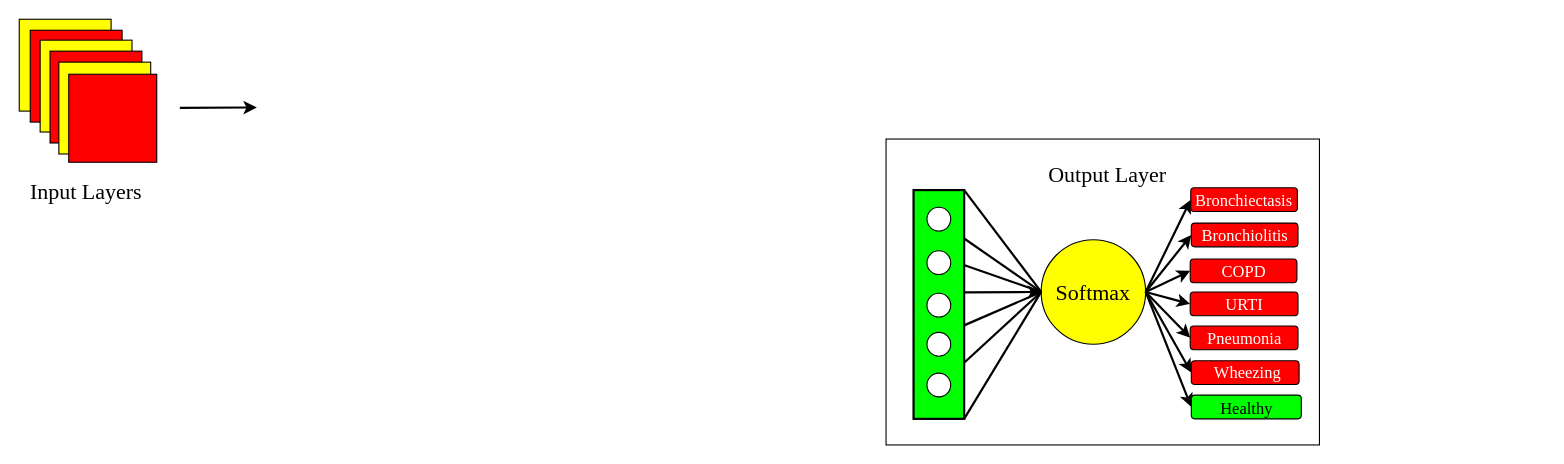
The draw.io diagram FYP - GRU.drawio in a3X3k/-Random-, before the edit. Source tidied: cells renumbered, new cells numbered last; positions are measured from the earlier drawing's top-left corner, leaving out a move shared by most shapes. Both pictures are drawn from the tidied source at 110%, with x=0, y=0 at pixel (19, 19).
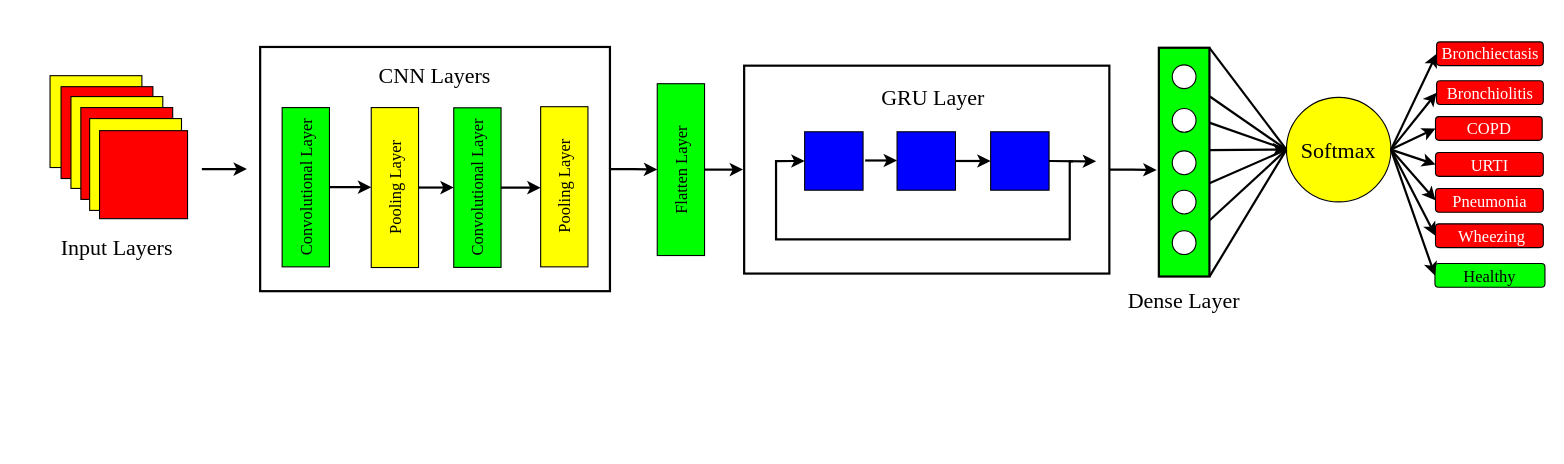
Above is the later version.

The edit, as a diff of the source:
```diff
@@
-    <mxCell id="2" style="rounded=0;whiteSpace=wrap;html=1;shadow=0;glass=0;sketch=0;fillStyle=auto;strokeColor=#000000;strokeWidth=1;fontFamily=Times New Roman;fontSize=20;fillColor=none;gradientColor=none;" parent="1" vertex="1">
-      <mxGeometry x="788" y="108.9" width="394" height="278.1" as="geometry" />
-    </mxCell>
+    <mxCell id="40" style="edgeStyle=orthogonalEdgeStyle;rounded=0;jettySize=auto;html=1;exitX=1;exitY=0.5;exitDx=0;exitDy=0;strokeWidth=2;entryX=0.5;entryY=0;entryDx=0;entryDy=0;" parent="1" edge="1" source="41" target="61">
+      <mxGeometry relative="1" as="geometry" />
+    </mxCell>
+    <mxCell id="41" style="rounded=0;whiteSpace=wrap;html=1;strokeWidth=2;labelPosition=center;verticalLabelPosition=middle;align=center;verticalAlign=middle;" parent="1" vertex="1">
+      <mxGeometry x="219" y="25.2" width="318" height="222" as="geometry" />
+    </mxCell>
     <mxCell id="3" style="whiteSpace=wrap;html=1;fillColor=#FFFF00;shadow=0;strokeColor=#000000;rounded=0;sketch=0;glass=0;strokeWidth=1;fillStyle=auto;perimeterSpacing=0;fontSize=20;" parent="1" vertex="1">
-      <mxGeometry width="83.5" height="83.5" as="geometry" />
+      <mxGeometry x="28" y="51.3" width="83.5" height="83.5" as="geometry" />
     </mxCell>
     <mxCell id="4" style="whiteSpace=wrap;html=1;fillColor=#FF0000;shadow=0;strokeColor=#000000;rounded=0;sketch=0;glass=0;strokeWidth=1;fillStyle=auto;perimeterSpacing=0;fontSize=20;" parent="1" vertex="1">
-      <mxGeometry x="10" y="10" width="83.5" height="83.5" as="geometry" />
+      <mxGeometry x="38" y="61.3" width="83.5" height="83.5" as="geometry" />
     </mxCell>
     <mxCell id="5" style="whiteSpace=wrap;html=1;fillColor=#FFFF00;shadow=0;strokeColor=#000000;rounded=0;sketch=0;glass=0;strokeWidth=1;fillStyle=auto;perimeterSpacing=0;fontSize=20;" parent="1" vertex="1">
-      <mxGeometry x="19" y="19" width="83.5" height="83.5" as="geometry" />
+      <mxGeometry x="47" y="70.3" width="83.5" height="83.5" as="geometry" />
     </mxCell>
     <mxCell id="6" style="whiteSpace=wrap;html=1;fillColor=#FF0000;shadow=0;strokeColor=#000000;rounded=0;sketch=0;glass=0;strokeWidth=1;fillStyle=auto;perimeterSpacing=0;fontSize=20;" parent="1" vertex="1">
-      <mxGeometry x="28" y="29" width="83.5" height="83.5" as="geometry" />
+      <mxGeometry x="56" y="80.3" width="83.5" height="83.5" as="geometry" />
     </mxCell>
     <mxCell id="7" style="whiteSpace=wrap;html=1;fillColor=#FFFF00;shadow=0;strokeColor=#000000;rounded=0;sketch=0;glass=0;strokeWidth=1;fillStyle=auto;perimeterSpacing=0;fontSize=20;" parent="1" vertex="1">
-      <mxGeometry x="36" y="39" width="83.5" height="83.5" as="geometry" />
+      <mxGeometry x="64" y="90.3" width="83.5" height="83.5" as="geometry" />
     </mxCell>
     <mxCell id="8" style="whiteSpace=wrap;html=1;fillColor=#FF0000;shadow=0;strokeColor=#000000;rounded=0;sketch=0;glass=0;strokeWidth=1;fillStyle=auto;perimeterSpacing=0;fontSize=20;flipH=0;flipV=1;rotation=0;" parent="1" vertex="1">
-      <mxGeometry x="45" y="50" width="80" height="80" as="geometry" />
+      <mxGeometry x="73" y="101.3" width="80" height="80" as="geometry" />
     </mxCell>
     <mxCell id="9" style="rounded=0;whiteSpace=wrap;html=1;shadow=0;glass=0;sketch=0;fillStyle=auto;strokeColor=#000000;strokeWidth=2;fillColor=#00FF00;gradientColor=none;direction=south;textDirection=ltr;horizontal=0;fontFamily=Times New Roman;fontSize=20;" parent="1" vertex="1">
-      <mxGeometry x="813" y="155.3" width="46" height="208" as="geometry" />
+      <mxGeometry x="1036" y="25.9" width="46" height="208" as="geometry" />
     </mxCell>
     <mxCell id="10" style="ellipse;whiteSpace=wrap;html=1;rounded=0;shadow=0;glass=0;sketch=0;fillStyle=auto;strokeColor=#000000;strokeWidth=1;fontFamily=Times New Roman;fontSize=20;fillColor=#FFFFFF;gradientColor=none;" parent="1" vertex="1">
-      <mxGeometry x="825.2" y="170.9" width="21.6" height="21.6" as="geometry" />
+      <mxGeometry x="1048.2" y="41.5" width="21.6" height="21.6" as="geometry" />
     </mxCell>
     <mxCell id="11" value="Input Layers" style="text;html=1;strokeColor=none;fillColor=none;align=center;verticalAlign=middle;whiteSpace=wrap;rounded=0;shadow=0;glass=0;sketch=0;fillStyle=auto;strokeWidth=1;fontFamily=Times New Roman;fontSize=20;" parent="1" vertex="1">
-      <mxGeometry x="5.6" y="140.9" width="110.2" height="30" as="geometry" />
+      <mxGeometry x="33.6" y="192.1" width="110.2" height="30" as="geometry" />
     </mxCell>
     <mxCell id="12" style="ellipse;whiteSpace=wrap;html=1;rounded=0;shadow=0;glass=0;sketch=0;fillStyle=auto;strokeColor=#000000;strokeWidth=1;fontFamily=Times New Roman;fontSize=20;fillColor=#FFFFFF;gradientColor=none;" parent="1" vertex="1">
-      <mxGeometry x="825.2" y="210.5" width="21.6" height="21.6" as="geometry" />
+      <mxGeometry x="1048.2" y="81.1" width="21.6" height="21.6" as="geometry" />
     </mxCell>
     <mxCell id="13" style="ellipse;whiteSpace=wrap;html=1;rounded=0;shadow=0;glass=0;sketch=0;fillStyle=auto;strokeColor=#000000;strokeWidth=1;fontFamily=Times New Roman;fontSize=20;fillColor=#FFFFFF;gradientColor=none;" parent="1" vertex="1">
-      <mxGeometry x="825.2" y="249.1" width="21.6" height="21.6" as="geometry" />
+      <mxGeometry x="1048.2" y="119.7" width="21.6" height="21.6" as="geometry" />
     </mxCell>
     <mxCell id="14" style="ellipse;whiteSpace=wrap;html=1;rounded=0;shadow=0;glass=0;sketch=0;fillStyle=auto;strokeColor=#000000;strokeWidth=1;fontFamily=Times New Roman;fontSize=20;fillColor=#FFFFFF;gradientColor=none;" parent="1" vertex="1">
-      <mxGeometry x="825.2" y="284.7" width="21.6" height="21.6" as="geometry" />
+      <mxGeometry x="1048.2" y="155.4" width="21.6" height="21.6" as="geometry" />
     </mxCell>
     <mxCell id="15" style="ellipse;whiteSpace=wrap;html=1;rounded=0;shadow=0;glass=0;sketch=0;fillStyle=auto;strokeColor=#000000;strokeWidth=1;fontFamily=Times New Roman;fontSize=20;fillColor=#FFFFFF;gradientColor=none;" parent="1" vertex="1">
-      <mxGeometry x="825.2" y="321.7" width="21.6" height="21.6" as="geometry" />
+      <mxGeometry x="1048.2" y="192.3" width="21.6" height="21.6" as="geometry" />
     </mxCell>
-    <mxCell id="16" value="Output Layer" style="text;html=1;strokeColor=none;fillColor=none;align=center;verticalAlign=middle;whiteSpace=wrap;rounded=0;shadow=0;glass=0;sketch=0;fillStyle=auto;strokeWidth=1;fontFamily=Times New Roman;fontSize=20;" parent="1" vertex="1">
-      <mxGeometry x="932.5" y="125.3" width="113" height="30" as="geometry" />
-    </mxCell>
     <mxCell id="17" value="Softmax" style="ellipse;whiteSpace=wrap;html=1;rounded=0;shadow=0;glass=0;sketch=0;fillStyle=auto;strokeColor=#000000;strokeWidth=1;fontFamily=Times New Roman;fontSize=20;fillColor=#FFFF00;gradientColor=none;" parent="1" vertex="1">
-      <mxGeometry x="929" y="200.4" width="95" height="95" as="geometry" />
+      <mxGeometry x="1152" y="71" width="95" height="95" as="geometry" />
     </mxCell>
     <mxCell id="18" style="endArrow=classic;html=1;rounded=0;strokeWidth=2;fontFamily=Times New Roman;fontSize=20;entryX=0;entryY=0.5;entryDx=0;entryDy=0;" parent="1" edge="1" target="17">
       <mxGeometry relative="1" as="geometry">
-        <mxPoint x="859" y="248.3" as="sourcePoint" />
+        <mxPoint x="1082" y="119" as="sourcePoint" />
       </mxGeometry>
     </mxCell>
     <mxCell id="19" style="endArrow=none;html=1;rounded=0;strokeWidth=2;fontFamily=Times New Roman;fontSize=20;exitX=0;exitY=0.5;exitDx=0;exitDy=0;" parent="1" edge="1" source="17">
       <mxGeometry relative="1" as="geometry">
-        <mxPoint x="859" y="155.3" as="targetPoint" />
+        <mxPoint x="1082" y="26" as="targetPoint" />
       </mxGeometry>
     </mxCell>
     <mxCell id="20" style="endArrow=none;html=1;rounded=0;strokeWidth=2;fontFamily=Times New Roman;fontSize=20;entryX=0;entryY=0.5;entryDx=0;entryDy=0;" parent="1" edge="1" target="17">
       <mxGeometry relative="1" as="geometry">
-        <mxPoint x="859" y="363.3" as="sourcePoint" />
+        <mxPoint x="1082" y="234" as="sourcePoint" />
       </mxGeometry>
     </mxCell>
     <mxCell id="21" style="endArrow=none;html=1;rounded=0;strokeWidth=2;fontFamily=Times New Roman;fontSize=20;entryX=0;entryY=0.5;entryDx=0;entryDy=0;" parent="1" edge="1" target="17">
       <mxGeometry relative="1" as="geometry">
-        <mxPoint x="859" y="199.3" as="sourcePoint" />
+        <mxPoint x="1082" y="70" as="sourcePoint" />
       </mxGeometry>
     </mxCell>
     <mxCell id="22" style="endArrow=none;html=1;rounded=0;strokeWidth=2;fontFamily=Times New Roman;fontSize=20;entryX=0;entryY=0.5;entryDx=0;entryDy=0;" parent="1" edge="1" target="17">
       <mxGeometry relative="1" as="geometry">
-        <mxPoint x="859" y="312.3" as="sourcePoint" />
+        <mxPoint x="1082" y="183" as="sourcePoint" />
       </mxGeometry>
     </mxCell>
     <mxCell id="23" value="Bronchiectasis" style="rounded=1;whiteSpace=wrap;html=1;shadow=0;glass=0;sketch=0;fillStyle=auto;strokeColor=#000000;strokeWidth=1;fontFamily=Times New Roman;fontSize=15;fontColor=#FFFFFF;fillColor=#FF0000;gradientColor=none;" parent="1" vertex="1">
-      <mxGeometry x="1065" y="153.2" width="97" height="21.6" as="geometry" />
+      <mxGeometry x="1288.5" y="20.6" width="97" height="21.6" as="geometry" />
     </mxCell>
     <mxCell id="24" value="Bronchiolitis" style="rounded=1;whiteSpace=wrap;html=1;shadow=0;glass=0;sketch=0;fillStyle=auto;strokeColor=#000000;strokeWidth=1;fontFamily=Times New Roman;fontSize=15;fontColor=#FFFFFF;fillColor=#FF0000;gradientColor=none;" parent="1" vertex="1">
-      <mxGeometry x="1065.5" y="185.3" width="97" height="21.6" as="geometry" />
+      <mxGeometry x="1288.5" y="55.9" width="97" height="21.6" as="geometry" />
     </mxCell>
     <mxCell id="25" value="COPD" style="rounded=1;whiteSpace=wrap;html=1;shadow=0;glass=0;sketch=0;fillStyle=auto;strokeColor=#000000;strokeWidth=1;fontFamily=Times New Roman;fontSize=15;fontColor=#FFFFFF;fillColor=#FF0000;gradientColor=none;" parent="1" vertex="1">
-      <mxGeometry x="1064.5" y="217.9" width="97" height="21.6" as="geometry" />
+      <mxGeometry x="1287.5" y="88.5" width="97" height="21.6" as="geometry" />
     </mxCell>
     <mxCell id="26" value="URTI" style="rounded=1;whiteSpace=wrap;html=1;shadow=0;glass=0;sketch=0;fillStyle=auto;strokeColor=#000000;strokeWidth=1;fontFamily=Times New Roman;fontSize=15;fontColor=#FFFFFF;fillColor=#FF0000;gradientColor=none;" parent="1" vertex="1">
-      <mxGeometry x="1064.5" y="248" width="98" height="21.6" as="geometry" />
+      <mxGeometry x="1287.5" y="121.2" width="98" height="21.6" as="geometry" />
     </mxCell>
     <mxCell id="27" value="Pneumonia" style="rounded=1;whiteSpace=wrap;html=1;shadow=0;glass=0;sketch=0;fillStyle=auto;strokeColor=#000000;strokeWidth=1;fontFamily=Times New Roman;fontSize=15;fontColor=#FFFFFF;fillColor=#FF0000;gradientColor=none;" parent="1" vertex="1">
-      <mxGeometry x="1064.5" y="278.8" width="98" height="21.6" as="geometry" />
+      <mxGeometry x="1287.5" y="153.8" width="98" height="21.6" as="geometry" />
     </mxCell>
     <mxCell id="28" value="&amp;nbsp;Wheezing" style="rounded=1;whiteSpace=wrap;html=1;shadow=0;glass=0;sketch=0;fillStyle=auto;strokeColor=#000000;strokeWidth=1;fontFamily=Times New Roman;fontSize=15;fontColor=#FFFFFF;fillColor=#FF0000;gradientColor=none;" parent="1" vertex="1">
-      <mxGeometry x="1065.5" y="310.4" width="98" height="21.6" as="geometry" />
+      <mxGeometry x="1287.5" y="186" width="98" height="21.6" as="geometry" />
     </mxCell>
     <mxCell id="29" value="&lt;font color=&quot;#000000&quot; style=&quot;font-size: 15px;&quot;&gt;Healthy&lt;/font&gt;" style="rounded=1;whiteSpace=wrap;html=1;shadow=0;glass=0;sketch=0;fillStyle=auto;strokeColor=#000000;strokeWidth=1;fontFamily=Times New Roman;fontSize=15;fontColor=#FFFFFF;fillColor=#00FF00;gradientColor=none;" parent="1" vertex="1">
-      <mxGeometry x="1065.5" y="341.7" width="100" height="21.6" as="geometry" />
+      <mxGeometry x="1287" y="222.1" width="100" height="21.6" as="geometry" />
     </mxCell>
@@
     <mxCell id="37" style="endArrow=none;html=1;rounded=0;strokeWidth=2;fontFamily=Times New Roman;fontSize=20;fontColor=#000000;entryX=0;entryY=0.5;entryDx=0;entryDy=0;" parent="1" edge="1" target="17">
       <mxGeometry relative="1" as="geometry">
-        <mxPoint x="859" y="278.3" as="sourcePoint" />
+        <mxPoint x="1082" y="149" as="sourcePoint" />
       </mxGeometry>
     </mxCell>
     <mxCell id="38" style="endArrow=none;html=1;rounded=0;strokeWidth=2;fontFamily=Times New Roman;fontSize=20;fontColor=#000000;entryX=0;entryY=0.5;entryDx=0;entryDy=0;exitX=0.186;exitY=0.414;exitDx=0;exitDy=0;exitPerimeter=0;" parent="1" edge="1" target="17">
       <mxGeometry relative="1" as="geometry">
-        <mxPoint x="858.8" y="223.4" as="sourcePoint" />
+        <mxPoint x="1081.8" y="94" as="sourcePoint" />
       </mxGeometry>
     </mxCell>
-    <mxCell id="39" style="endArrow=classic;html=1;rounded=0;strokeWidth=2;fontFamily=Times New Roman;fontSize=20;entryX=0;entryY=0.5;entryDx=0;entryDy=0;" parent="1" edge="1">
+    <mxCell id="39" style="endArrow=classic;html=1;rounded=0;strokeWidth=2;fontFamily=Times New Roman;fontSize=20;" parent="1" edge="1">
       <mxGeometry relative="1" as="geometry">
-        <mxPoint x="146" y="80.6" as="sourcePoint" />
-        <mxPoint x="216" y="80.2" as="targetPoint" />
+        <mxPoint x="166" y="136.3" as="sourcePoint" />
+        <mxPoint x="207" y="136.2" as="targetPoint" />
       </mxGeometry>
     </mxCell>
+    <mxCell id="42" style="edgeStyle=orthogonalEdgeStyle;rounded=0;jettySize=auto;html=1;exitX=0.5;exitY=1;exitDx=0;exitDy=0;entryX=0.5;entryY=0;entryDx=0;entryDy=0;strokeWidth=2;" parent="1" edge="1" source="43" target="45">
+      <mxGeometry relative="1" as="geometry" />
+    </mxCell>
+    <mxCell id="43" value="&lt;font style=&quot;font-size: 15px;&quot;&gt;Convolutional Layer&lt;/font&gt;" style="rounded=0;whiteSpace=wrap;html=1;direction=north;labelPosition=center;verticalLabelPosition=middle;align=center;verticalAlign=middle;horizontal=0;fontFamily=Times New Roman;fillColor=#00FF00;" parent="1" vertex="1">
+      <mxGeometry x="239" y="80.3" width="43" height="144.8" as="geometry" />
+    </mxCell>
+    <mxCell id="44" style="edgeStyle=orthogonalEdgeStyle;rounded=0;jettySize=auto;html=1;exitX=0.5;exitY=1;exitDx=0;exitDy=0;entryX=0.5;entryY=0;entryDx=0;entryDy=0;strokeWidth=2;" parent="1" edge="1" source="45" target="47">
+      <mxGeometry relative="1" as="geometry" />
+    </mxCell>
+    <mxCell id="45" value="&lt;font style=&quot;font-size: 15px;&quot;&gt;Pooling Layer&lt;/font&gt;" style="rounded=0;whiteSpace=wrap;html=1;direction=north;labelPosition=center;verticalLabelPosition=middle;align=center;verticalAlign=middle;horizontal=0;fontFamily=Times New Roman;fillColor=#FFFF00;" parent="1" vertex="1">
+      <mxGeometry x="320" y="80.3" width="43" height="145.4" as="geometry" />
+    </mxCell>
+    <mxCell id="46" style="edgeStyle=orthogonalEdgeStyle;rounded=0;jettySize=auto;html=1;exitX=0.5;exitY=1;exitDx=0;exitDy=0;entryX=0.5;entryY=0;entryDx=0;entryDy=0;strokeWidth=2;" parent="1" edge="1" source="47" target="48">
+      <mxGeometry relative="1" as="geometry" />
+    </mxCell>
+    <mxCell id="47" value="&lt;font style=&quot;font-size: 15px;&quot;&gt;Convolutional Layer&lt;/font&gt;" style="rounded=0;whiteSpace=wrap;html=1;direction=north;labelPosition=center;verticalLabelPosition=middle;align=center;verticalAlign=middle;horizontal=0;fontFamily=Times New Roman;fillColor=#00FF00;" parent="1" vertex="1">
+      <mxGeometry x="395" y="80.5" width="43" height="145.1" as="geometry" />
+    </mxCell>
+    <mxCell id="48" value="&lt;font style=&quot;font-size: 15px;&quot;&gt;Pooling Layer&lt;/font&gt;" style="rounded=0;whiteSpace=wrap;html=1;direction=north;labelPosition=center;verticalLabelPosition=middle;align=center;verticalAlign=middle;horizontal=0;fontFamily=Times New Roman;fillColor=#FFFF00;" parent="1" vertex="1">
+      <mxGeometry x="474" y="79.5" width="43" height="145.6" as="geometry" />
+    </mxCell>
+    <mxCell id="49" value="CNN Layers" style="text;html=1;strokeColor=none;fillColor=none;align=center;verticalAlign=middle;whiteSpace=wrap;rounded=0;shadow=0;glass=0;sketch=0;fillStyle=auto;strokeWidth=1;fontFamily=Times New Roman;fontSize=20;" parent="1" vertex="1">
+      <mxGeometry x="325.9" y="35" width="104.1" height="30" as="geometry" />
+    </mxCell>
+    <mxCell id="50" style="edgeStyle=orthogonalEdgeStyle;rounded=0;jettySize=auto;html=1;exitX=1;exitY=0.5;exitDx=0;exitDy=0;strokeWidth=2;" parent="1" edge="1" source="51">
+      <mxGeometry relative="1" as="geometry">
+        <mxPoint x="1034" y="137" as="targetPoint" />
+      </mxGeometry>
+    </mxCell>
+    <mxCell id="51" style="rounded=0;whiteSpace=wrap;html=1;strokeWidth=2;labelPosition=center;verticalLabelPosition=middle;align=center;verticalAlign=middle;" parent="1" vertex="1">
+      <mxGeometry x="659" y="42.2" width="332" height="189" as="geometry" />
+    </mxCell>
+    <mxCell id="52" value="GRU Layer" style="text;html=1;strokeColor=none;fillColor=none;align=center;verticalAlign=middle;whiteSpace=wrap;rounded=0;shadow=0;glass=0;sketch=0;fillStyle=auto;strokeWidth=1;fontFamily=Times New Roman;fontSize=20;" parent="1" vertex="1">
+      <mxGeometry x="779" y="55.2" width="104.1" height="30" as="geometry" />
+    </mxCell>
+    <mxCell id="53" style="edgeStyle=orthogonalEdgeStyle;rounded=0;jettySize=auto;html=1;entryX=0;entryY=0.5;entryDx=0;entryDy=0;strokeWidth=2;" parent="1" edge="1" target="54">
+      <mxGeometry relative="1" as="geometry">
+        <mxPoint x="958" y="129.2" as="sourcePoint" />
+        <Array as="points">
+          <mxPoint x="955" y="129.2" />
+          <mxPoint x="955" y="200.2" />
+          <mxPoint x="688" y="200.2" />
+          <mxPoint x="688" y="129.2" />
+        </Array>
+      </mxGeometry>
+    </mxCell>
+    <mxCell id="54" style="whiteSpace=wrap;html=1;fillColor=#0000FF;" parent="1" vertex="1">
+      <mxGeometry x="714" y="102.3" width="53.1" height="53.1" as="geometry" />
+    </mxCell>
+    <mxCell id="55" style="whiteSpace=wrap;html=1;fillColor=#0000FF;" parent="1" vertex="1">
+      <mxGeometry x="798" y="102.3" width="53.1" height="53.1" as="geometry" />
+    </mxCell>
+    <mxCell id="56" style="rounded=0;jettySize=auto;html=1;exitX=1;exitY=0.5;exitDx=0;exitDy=0;strokeWidth=2;" parent="1" edge="1" source="57">
+      <mxGeometry relative="1" as="geometry">
+        <mxPoint x="979" y="129.2" as="targetPoint" />
+      </mxGeometry>
+    </mxCell>
+    <mxCell id="57" style="whiteSpace=wrap;html=1;fillColor=#0000FF;" parent="1" vertex="1">
+      <mxGeometry x="883.1" y="102.3" width="53.1" height="53.1" as="geometry" />
+    </mxCell>
+    <mxCell id="58" style="endArrow=classic;html=1;rounded=0;strokeWidth=2;fontFamily=Times New Roman;fontSize=20;" parent="1" edge="1">
+      <mxGeometry relative="1" as="geometry">
+        <mxPoint x="769" y="128.4" as="sourcePoint" />
+        <mxPoint x="798" y="128.4" as="targetPoint" />
+      </mxGeometry>
+    </mxCell>
+    <mxCell id="59" style="endArrow=classic;html=1;rounded=0;strokeWidth=2;fontFamily=Times New Roman;fontSize=20;entryX=0;entryY=0.5;entryDx=0;entryDy=0;exitX=1;exitY=0.5;exitDx=0;exitDy=0;" parent="1" edge="1" source="55" target="57">
+      <mxGeometry relative="1" as="geometry" />
+    </mxCell>
+    <mxCell id="60" style="edgeStyle=orthogonalEdgeStyle;rounded=0;jettySize=auto;html=1;exitX=0.5;exitY=1;exitDx=0;exitDy=0;strokeWidth=2;" parent="1" edge="1" source="61">
+      <mxGeometry relative="1" as="geometry">
+        <mxPoint x="658" y="137" as="targetPoint" />
+      </mxGeometry>
+    </mxCell>
+    <mxCell id="61" value="&lt;font style=&quot;font-size: 15px;&quot;&gt;Flatten Layer&lt;/font&gt;" style="rounded=0;whiteSpace=wrap;html=1;direction=north;labelPosition=center;verticalLabelPosition=middle;align=center;verticalAlign=middle;horizontal=0;fontFamily=Times New Roman;fillColor=#00FF00;" parent="1" vertex="1">
+      <mxGeometry x="580" y="58.6" width="43" height="156.2" as="geometry" />
+    </mxCell>
+    <mxCell id="62" value="Dense Layer" style="text;html=1;strokeColor=none;fillColor=none;align=center;verticalAlign=middle;whiteSpace=wrap;rounded=0;shadow=0;glass=0;sketch=0;fillStyle=auto;strokeWidth=1;fontFamily=Times New Roman;fontSize=20;" parent="1" vertex="1">
+      <mxGeometry x="1006.9" y="240" width="104.1" height="30" as="geometry" />
+    </mxCell>
```
